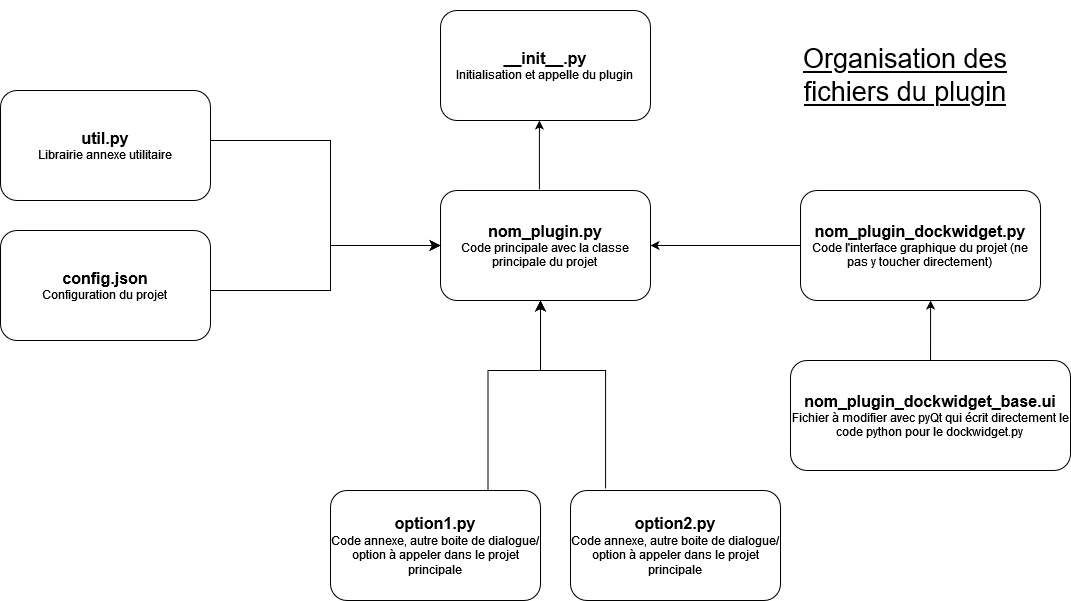
The draw.io diagram Diag_act_plugin_general.drawio.png in leonielrx/ProjetInfo_DoGeo, before a commit. Source tidied: cells renumbered, new cells last; positions are measured from the earlier drawing's top-left corner, leaving out a move shared by most shapes.
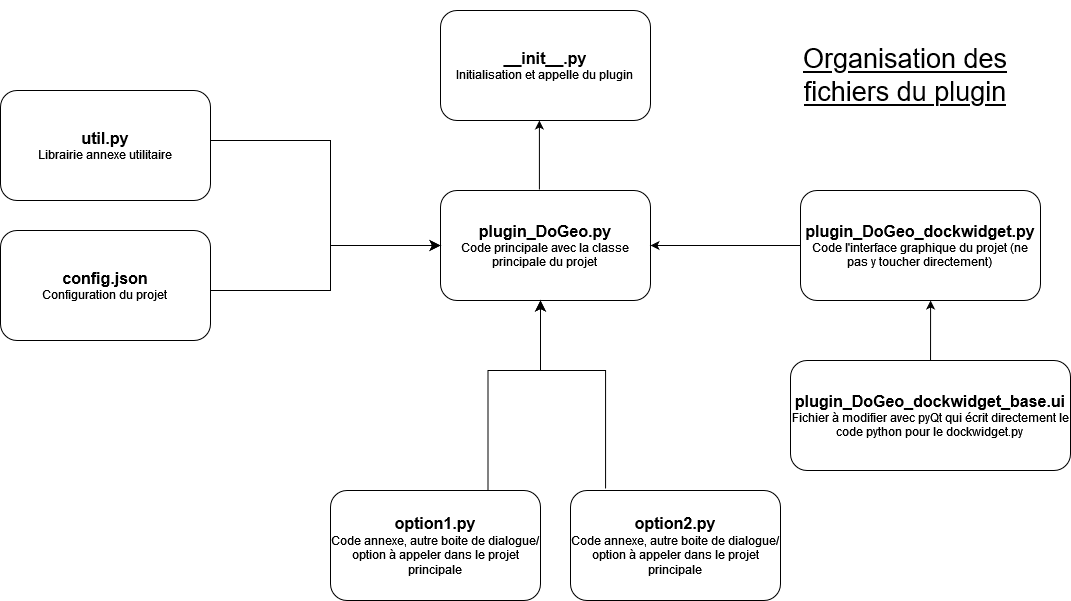
Above is the later version.

Commit message:
Mettre à jour Diag_act_plugin_general.drawio.png

Change to the diagram source:
```diff
@@ -5,7 +5,7 @@
     <mxCell id="2" value="Organisation des fichiers du plugin " style="text;html=1;align=center;verticalAlign=middle;whiteSpace=wrap;rounded=0;fontSize=27;fontStyle=4;" parent="1" vertex="1">
       <mxGeometry x="760" width="290" height="150" as="geometry" />
     </mxCell>
-    <mxCell id="3" value="&lt;div&gt;&lt;b&gt;&lt;font style=&quot;font-size: 16px;&quot;&gt;nom_plugin.py&lt;/font&gt;&lt;/b&gt;&lt;/div&gt;&lt;div&gt;Code principale avec la classe principale du projet&lt;br&gt;&lt;/div&gt;" style="rounded=1;whiteSpace=wrap;html=1;" parent="1" vertex="1">
+    <mxCell id="3" value="&lt;div&gt;&lt;b&gt;&lt;font style=&quot;font-size: 16px;&quot;&gt;plugin_DoGeo.py&lt;/font&gt;&lt;/b&gt;&lt;/div&gt;&lt;div&gt;Code principale avec la classe principale du projet&lt;br&gt;&lt;/div&gt;" style="rounded=1;whiteSpace=wrap;html=1;" parent="1" vertex="1">
       <mxGeometry x="440" y="190" width="210" height="110" as="geometry" />
     </mxCell>
     <mxCell id="4" value="&lt;div&gt;&lt;b&gt;&lt;font style=&quot;font-size: 16px;&quot;&gt;__init__.py&lt;/font&gt;&lt;/b&gt;&lt;/div&gt;&lt;div&gt;Initialisation et appelle du plugin&lt;br&gt;&lt;/div&gt;" style="rounded=1;whiteSpace=wrap;html=1;" parent="1" vertex="1">
@@ -14,10 +14,10 @@
     <mxCell id="5" style="endArrow=classic;html=1;rounded=0;exitX=0.471;exitY=-0.009;exitDx=0;exitDy=0;exitPerimeter=0;entryX=0.471;entryY=1;entryDx=0;entryDy=0;entryPerimeter=0;" parent="1" edge="1" source="3" target="4">
       <mxGeometry relative="1" as="geometry" />
     </mxCell>
-    <mxCell id="6" value="&lt;div&gt;&lt;b&gt;&lt;font style=&quot;font-size: 16px;&quot;&gt;nom_plugin_dockwidget.py&lt;/font&gt;&lt;/b&gt;&lt;/div&gt;&lt;div&gt;Code l'interface graphique du projet (ne pas y toucher directement)&lt;br&gt;&lt;/div&gt;" style="rounded=1;whiteSpace=wrap;html=1;" parent="1" vertex="1">
+    <mxCell id="6" value="&lt;div&gt;&lt;b&gt;&lt;font style=&quot;font-size: 16px;&quot;&gt;plugin_DoGeo&lt;/font&gt;&lt;/b&gt;&lt;b&gt;&lt;font style=&quot;font-size: 16px;&quot;&gt;_dockwidget.py&lt;/font&gt;&lt;/b&gt;&lt;/div&gt;&lt;div&gt;Code l'interface graphique du projet (ne pas y toucher directement)&lt;br&gt;&lt;/div&gt;" style="rounded=1;whiteSpace=wrap;html=1;" parent="1" vertex="1">
       <mxGeometry x="800" y="190" width="240" height="110" as="geometry" />
     </mxCell>
-    <mxCell id="7" value="&lt;div&gt;&lt;b&gt;&lt;font style=&quot;font-size: 16px;&quot;&gt;nom_plugin_dockwidget_base.ui&lt;/font&gt;&lt;/b&gt;&lt;/div&gt;&lt;div&gt;Fichier à modifier avec pyQt qui écrit directement le code python pour le dockwidget.py&lt;br&gt;&lt;/div&gt;" style="rounded=1;whiteSpace=wrap;html=1;" parent="1" vertex="1">
+    <mxCell id="7" value="&lt;div&gt;&lt;b&gt;&lt;font style=&quot;font-size: 16px;&quot;&gt;plugin_DoGeo&lt;/font&gt;&lt;/b&gt;&lt;b&gt;&lt;font style=&quot;font-size: 16px;&quot;&gt;_dockwidget_base.ui&lt;/font&gt;&lt;/b&gt;&lt;/div&gt;&lt;div&gt;Fichier à modifier avec pyQt qui écrit directement le code python pour le dockwidget.py&lt;br&gt;&lt;/div&gt;" style="rounded=1;whiteSpace=wrap;html=1;" parent="1" vertex="1">
       <mxGeometry x="790" y="360" width="280" height="110" as="geometry" />
     </mxCell>
     <mxCell id="8" style="endArrow=classic;html=1;rounded=0;entryX=0.542;entryY=1;entryDx=0;entryDy=0;entryPerimeter=0;" parent="1" edge="1" source="7" target="6">
```
